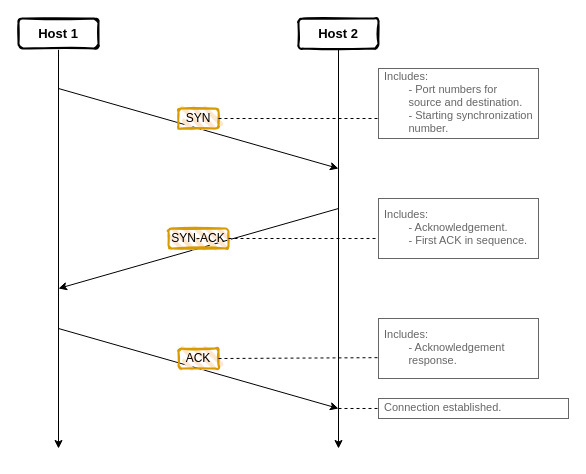
This is A2Q7C.drawio from CorbinCoder/Diagrams, a draw.io file, before an edit. Source tidied: cells renumbered, new cells numbered last; positions are measured from the earlier drawing's top-left corner, leaving out a move shared by most shapes. Both pictures are drawn from the tidied source at 100%, with x=0, y=0 at pixel (18, 18).
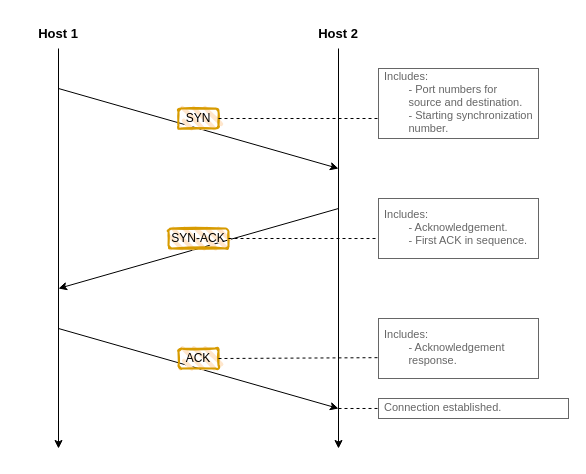
After the change.

What changed in the source:
```diff
@@
-    <mxCell id="4" value="&lt;div style=&quot;font-size: 13px;&quot;&gt;Host 1&lt;/div&gt;" style="rounded=1;whiteSpace=wrap;html=1;strokeWidth=2;fillWeight=4;hachureGap=8;hachureAngle=45;sketch=1;fontSize=13;fontStyle=1;" parent="1" vertex="1">
+    <mxCell id="4" value="&lt;div style=&quot;font-size: 13px;&quot;&gt;Host 1&lt;/div&gt;" style="rounded=1;whiteSpace=wrap;html=1;strokeWidth=2;fillWeight=4;hachureGap=8;hachureAngle=45;sketch=1;fontSize=13;fontStyle=1;fillColor=none;strokeColor=none;" parent="1" vertex="1">
       <mxGeometry width="80" height="30" as="geometry" />
     </mxCell>
-    <mxCell id="5" value="Host 2" style="rounded=1;whiteSpace=wrap;html=1;strokeWidth=2;fillWeight=4;hachureGap=8;hachureAngle=45;sketch=1;fontSize=13;fontStyle=1;" parent="1" vertex="1">
+    <mxCell id="5" value="Host 2" style="rounded=1;whiteSpace=wrap;html=1;strokeWidth=2;fillWeight=4;hachureGap=8;hachureAngle=45;sketch=1;fontSize=13;fontStyle=1;fillColor=none;strokeColor=none;" parent="1" vertex="1">
       <mxGeometry x="280" width="80" height="30" as="geometry" />
     </mxCell>
```
